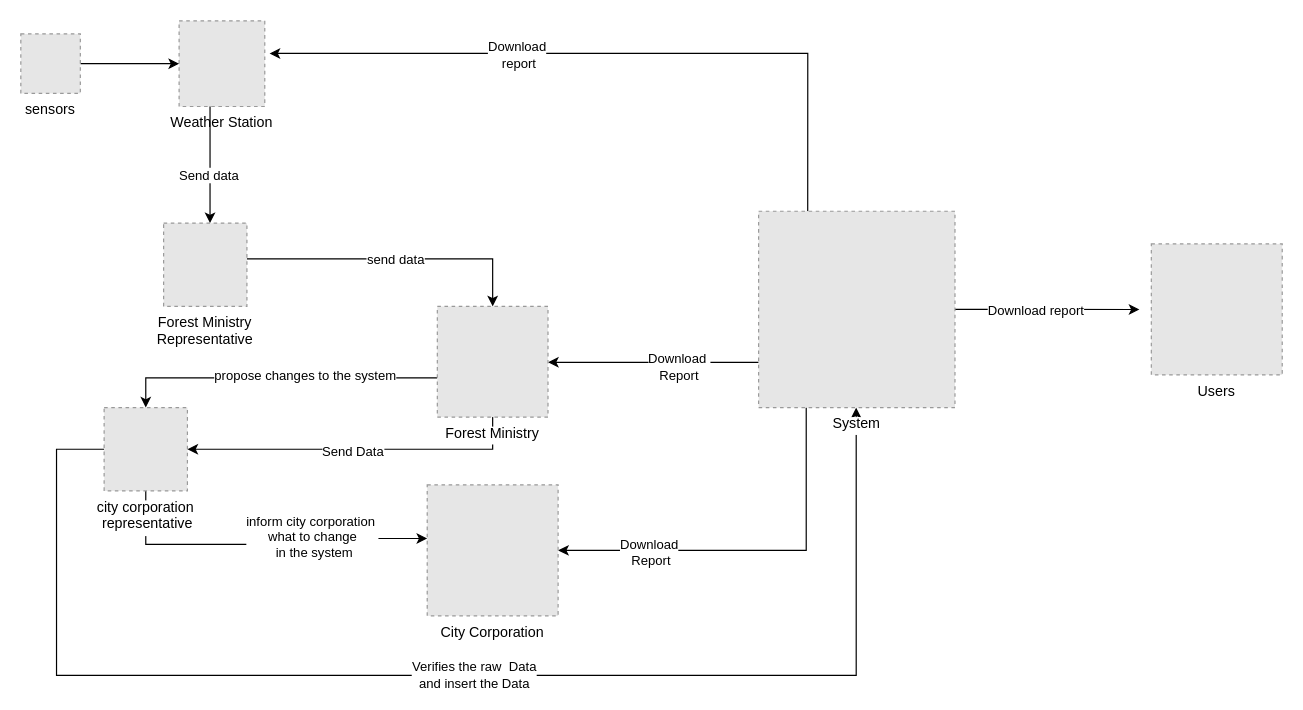
Earlier version of the draw.io diagram RICH_PICTURE_AS-IS.drawio (zorojuro75/CSE303-sec-03-Group-03). Source tidied: cells renumbered, new cells numbered last; positions are measured from the earlier drawing's top-left corner, leaving out a move shared by most shapes. Both pictures are drawn from the tidied source at 119%, with x=0, y=0 at pixel (20, 20). Pictures stored in the file or linked from it are replaced by grey dashed boxes.
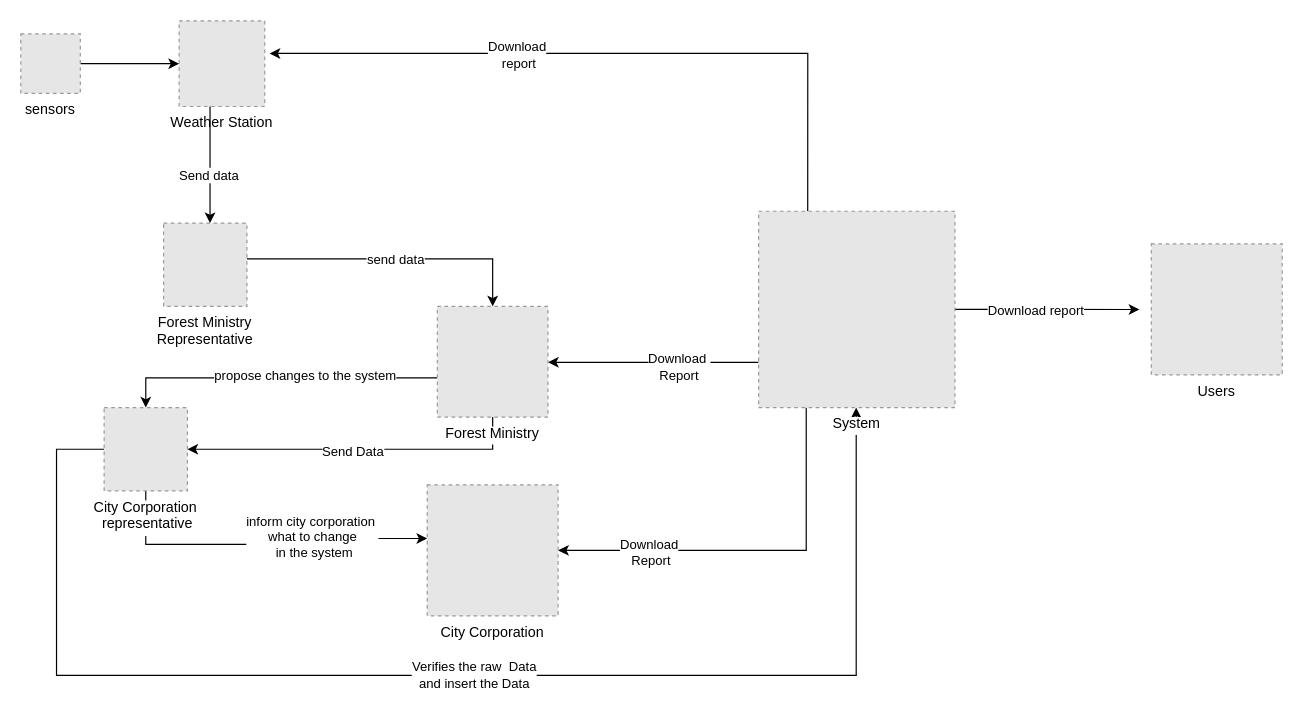
After the change.

Diff of the diagram source:
```diff
@@
-    <mxCell id="15" value="city corporation&#10; representative" style="fillColor=#E6E6E6;strokeColor=#999999;dashed=1;verticalLabelPosition=bottom;labelBackgroundColor=default;verticalAlign=top;" parent="1" vertex="1">
+    <mxCell id="15" value="City Corporation&#10; representative" style="fillColor=#E6E6E6;strokeColor=#999999;dashed=1;verticalLabelPosition=bottom;labelBackgroundColor=default;verticalAlign=top;" parent="1" vertex="1">
       <mxGeometry x="70" y="325" width="70" height="70" as="geometry" />
     </mxCell>
```
